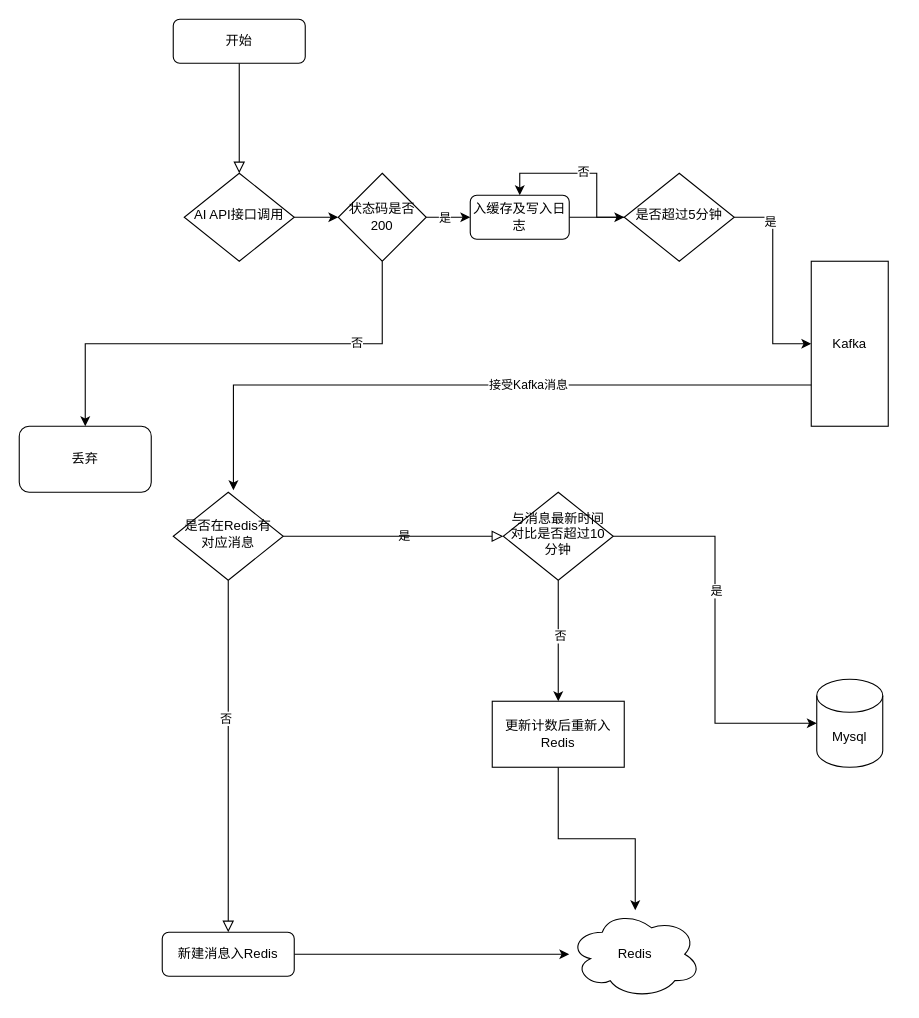
The draw.io diagram 未命名绘图.drawio in lingpengzhou/diagrams.io, before the edit. Source tidied: cells renumbered, new cells numbered last; positions are measured from the earlier drawing's top-left corner, leaving out a move shared by most shapes. Both pictures are drawn from the tidied source at 110%, with x=0, y=0 at pixel (19, 19).
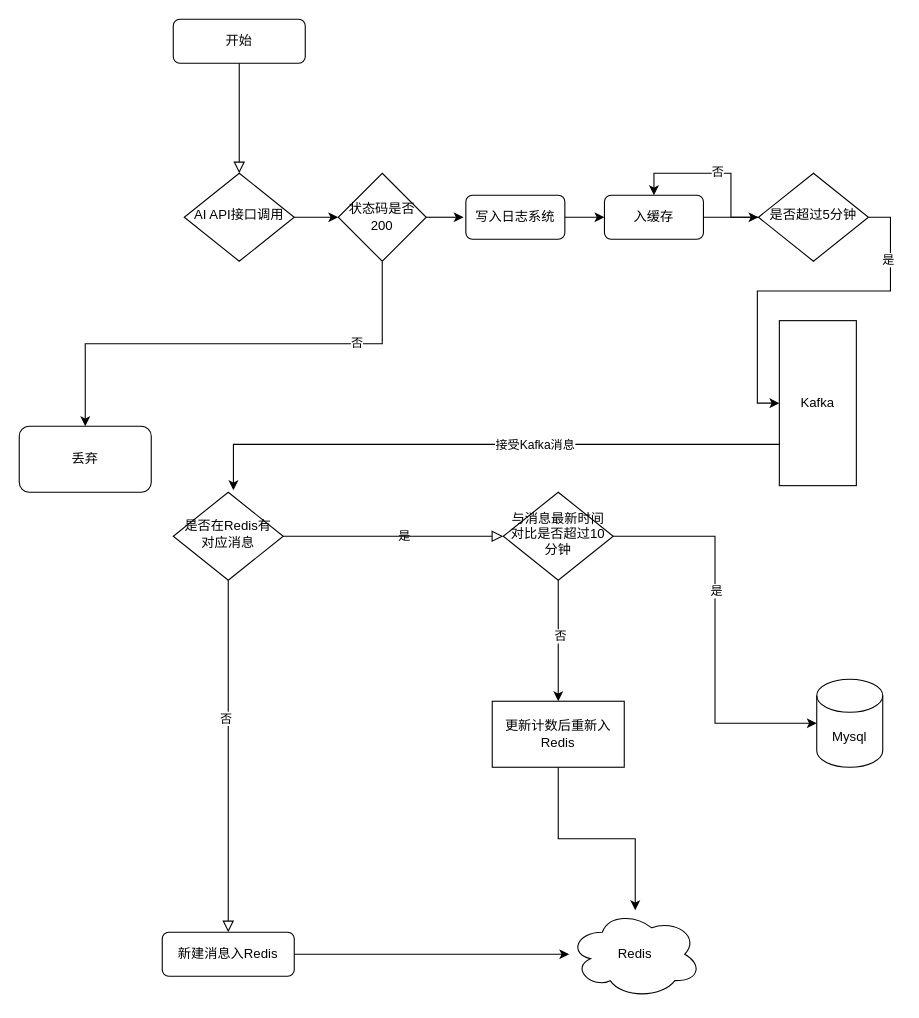
The same page after the edit.

The change refers to these unchanged cells:
```xml
<mxCell id="35" value="状态码是否200" style="rhombus;whiteSpace=wrap;html=1;" parent="1" vertex="1">
  <mxGeometry x="290" y="140" width="80" height="80" as="geometry" />
</mxCell>
```

Change to the diagram source:
```diff
@@
-    <mxCell id="7" value="入缓存及写入日志" style="rounded=1;whiteSpace=wrap;html=1;fontSize=12;glass=0;strokeWidth=1;shadow=0;" parent="1" vertex="1">
-      <mxGeometry x="410" y="160" width="90" height="40" as="geometry" />
+    <mxCell id="7" value="入缓存" style="rounded=1;whiteSpace=wrap;html=1;fontSize=12;glass=0;strokeWidth=1;shadow=0;" parent="1" vertex="1">
+      <mxGeometry x="532" y="160" width="90" height="40" as="geometry" />
     </mxCell>
@@
     <mxCell id="18" value="是否超过5分钟" style="rhombus;whiteSpace=wrap;html=1;shadow=0;fontFamily=Helvetica;fontSize=12;align=center;strokeWidth=1;spacing=6;spacingTop=-4;" parent="1" vertex="1">
-      <mxGeometry x="550" y="140" width="100" height="80" as="geometry" />
+      <mxGeometry x="672" y="140" width="100" height="80" as="geometry" />
     </mxCell>
     <mxCell id="19" value="Kafka" style="rounded=0;whiteSpace=wrap;html=1;" parent="1" vertex="1">
-      <mxGeometry x="720" y="220" width="70" height="150" as="geometry" />
+      <mxGeometry x="691" y="274" width="70" height="150" as="geometry" />
     </mxCell>
@@
-    <mxCell id="31" style="edgeStyle=orthogonalEdgeStyle;rounded=0;jettySize=auto;html=1;exitX=1;exitY=0.5;exitDx=0;exitDy=0;entryX=0;entryY=0.5;entryDx=0;entryDy=0;" parent="1" edge="1" source="35" target="7">
-      <mxGeometry relative="1" as="geometry" />
-    </mxCell>
-    <mxCell id="32" value="是" style="edgeLabel;html=1;align=center;verticalAlign=middle;" parent="31" vertex="1">
-      <mxGeometry x="-0.18" relative="1" as="geometry" />
-    </mxCell>
@@
+    <mxCell id="37" style="edgeStyle=orthogonalEdgeStyle;rounded=0;jettySize=auto;html=1;exitX=1;exitY=0.5;exitDx=0;exitDy=0;" parent="1" edge="1" source="35">
+      <mxGeometry relative="1" as="geometry">
+        <mxPoint x="404" y="180" as="targetPoint" />
+      </mxGeometry>
+    </mxCell>
@@
+    <mxCell id="38" style="edgeStyle=orthogonalEdgeStyle;rounded=0;jettySize=auto;html=1;entryX=0;entryY=0.5;entryDx=0;entryDy=0;" parent="1" edge="1" source="39" target="7">
+      <mxGeometry relative="1" as="geometry" />
+    </mxCell>
+    <mxCell id="39" value="写入日志系统" style="rounded=1;whiteSpace=wrap;html=1;fontSize=12;glass=0;strokeWidth=1;shadow=0;" parent="1" vertex="1">
+      <mxGeometry x="406" y="160" width="90" height="40" as="geometry" />
+    </mxCell>
```
